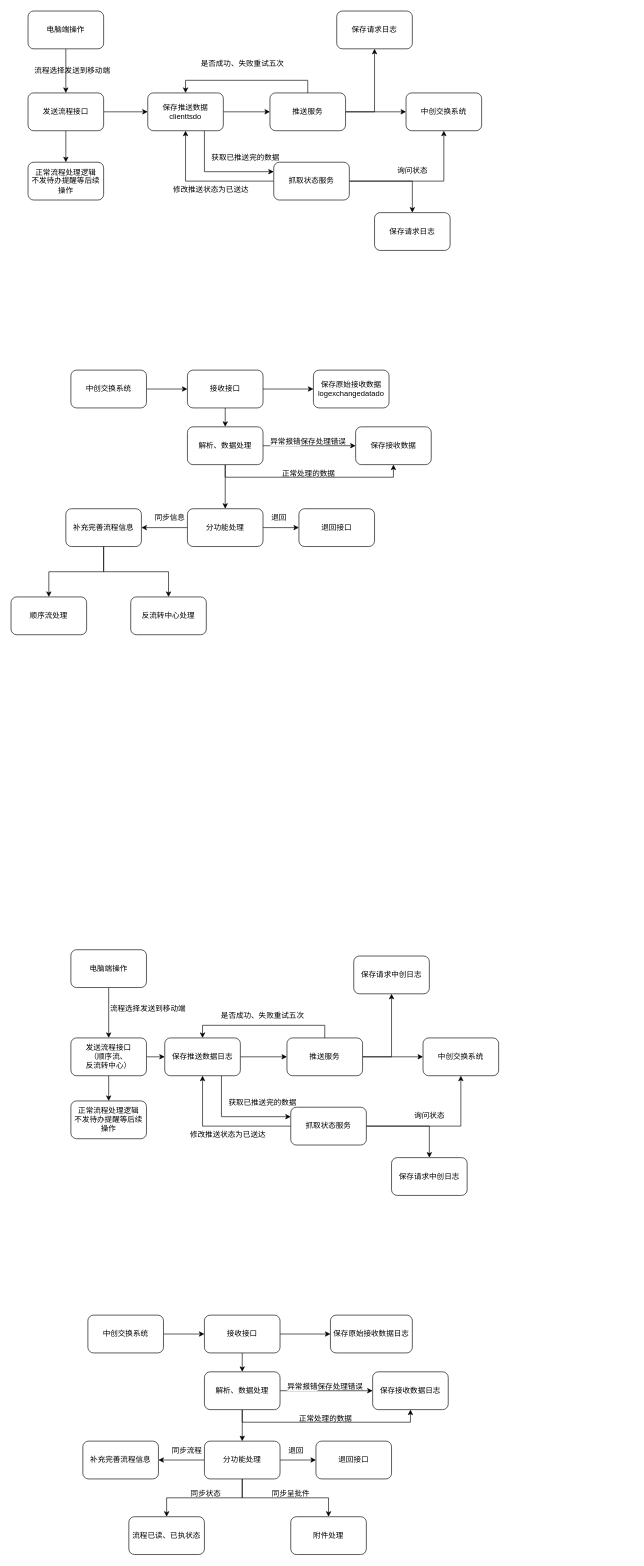
LSS9/ForgettingCurve keeps this draw.io diagram as 交互.drawio. Above is the earlier version. Source tidied: cells renumbered, new cells numbered last; positions are measured from the earlier drawing's top-left corner, leaving out a move shared by most shapes. Both pictures are drawn from the tidied source at 63%, with x=0, y=0 at pixel (11, 11).
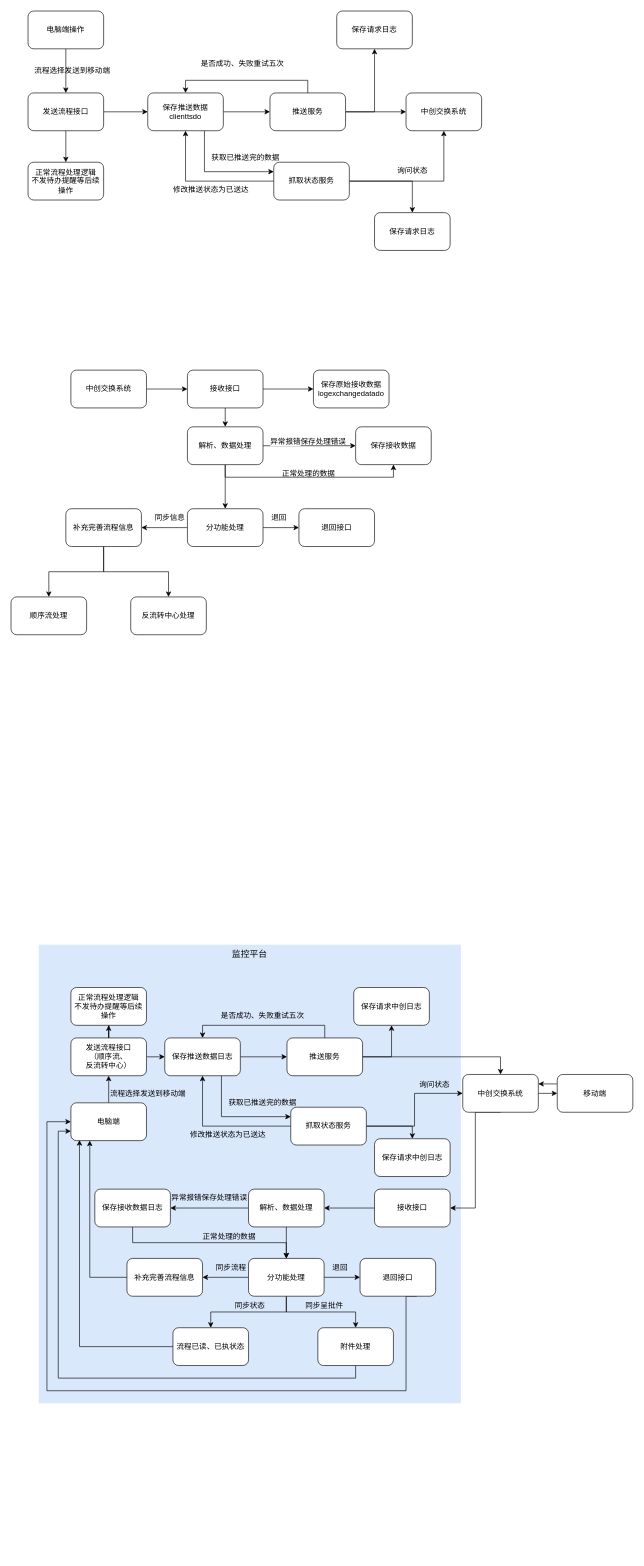
The same diagram, later.

The change refers to these unchanged cells:
```xml
<mxCell id="53" value="发送流程接口&lt;br&gt;（顺序流、&lt;br&gt;反流转中心）" style="rounded=1;whiteSpace=wrap;html=1;" parent="1" vertex="1">
  <mxGeometry x="95" y="1630" width="120" height="60" as="geometry" />
</mxCell>
<mxCell id="64" value="推送服务" style="rounded=1;whiteSpace=wrap;html=1;" parent="1" vertex="1">
  <mxGeometry x="438" y="1630" width="120" height="60" as="geometry" />
</mxCell>
<mxCell id="80" value="抓取状态服务" style="rounded=1;whiteSpace=wrap;html=1;" parent="1" vertex="1">
  <mxGeometry x="444" y="1740" width="120" height="60" as="geometry" />
</mxCell>
```

The edit, as a diff of the source:
```diff
@@
+    <mxCell id="102" value="监控平台" style="whiteSpace=wrap;html=1;fillColor=#dae8fc;fontSize=14;strokeColor=none;verticalAlign=top;" parent="1" vertex="1">
+      <mxGeometry x="44" y="1482" width="670" height="728" as="geometry" />
+    </mxCell>
@@
-    <mxCell id="52" style="edgeStyle=orthogonalEdgeStyle;rounded=0;jettySize=auto;html=1;exitX=0.5;exitY=1;exitDx=0;exitDy=0;entryX=0.5;entryY=0;entryDx=0;entryDy=0;" parent="1" edge="1" source="53" target="54">
+    <mxCell id="52" style="edgeStyle=orthogonalEdgeStyle;rounded=0;jettySize=auto;html=1;exitX=0.5;exitY=0;exitDx=0;exitDy=0;" parent="1" edge="1" source="53" target="54">
       <mxGeometry relative="1" as="geometry" />
     </mxCell>
@@
-    <mxCell id="54" value="正常流程处理逻辑&lt;br&gt;不发待办提醒等后续操作" style="rounded=1;whiteSpace=wrap;html=1;" parent="1" vertex="1">
-      <mxGeometry x="95" y="1730" width="120" height="60" as="geometry" />
-    </mxCell>
-    <mxCell id="55" style="edgeStyle=orthogonalEdgeStyle;rounded=0;jettySize=auto;html=1;exitX=0.5;exitY=1;exitDx=0;exitDy=0;entryX=0.5;entryY=0;entryDx=0;entryDy=0;" parent="1" edge="1" source="56" target="53">
+    <mxCell id="55" style="edgeStyle=orthogonalEdgeStyle;rounded=0;jettySize=auto;html=1;exitX=0.5;exitY=0;exitDx=0;exitDy=0;entryX=0.5;entryY=1;entryDx=0;entryDy=0;" parent="1" edge="1" source="56" target="53">
       <mxGeometry relative="1" as="geometry" />
     </mxCell>
-    <mxCell id="56" value="电脑端操作" style="rounded=1;whiteSpace=wrap;html=1;" parent="1" vertex="1">
-      <mxGeometry x="95" y="1490" width="120" height="60" as="geometry" />
+    <mxCell id="56" value="电脑端" style="rounded=1;whiteSpace=wrap;html=1;" parent="1" vertex="1">
+      <mxGeometry x="95" y="1733" width="120" height="60" as="geometry" />
     </mxCell>
-    <mxCell id="57" value="保存原始接收数据日志" style="rounded=1;whiteSpace=wrap;html=1;" parent="1" vertex="1">
-      <mxGeometry x="507" y="2070" width="130" height="60" as="geometry" />
-    </mxCell>
@@
-    <mxCell id="61" style="edgeStyle=orthogonalEdgeStyle;rounded=0;jettySize=auto;html=1;exitX=1;exitY=0.5;exitDx=0;exitDy=0;entryX=0;entryY=0.5;entryDx=0;entryDy=0;" parent="1" edge="1" source="64" target="65">
-      <mxGeometry relative="1" as="geometry" />
-    </mxCell>
@@
+    <mxCell id="61" style="edgeStyle=orthogonalEdgeStyle;rounded=0;jettySize=auto;html=1;exitX=1;exitY=0.5;exitDx=0;exitDy=0;entryX=0.5;entryY=0;entryDx=0;entryDy=0;" parent="1" edge="1" source="64" target="65">
+      <mxGeometry relative="1" as="geometry" />
+    </mxCell>
@@
+    <mxCell id="103" style="edgeStyle=orthogonalEdgeStyle;rounded=0;jettySize=auto;html=1;exitX=1;exitY=0.5;exitDx=0;exitDy=0;entryX=0;entryY=0.5;entryDx=0;entryDy=0;" parent="1" edge="1" source="65" target="110">
+      <mxGeometry relative="1" as="geometry" />
+    </mxCell>
+    <mxCell id="104" style="edgeStyle=orthogonalEdgeStyle;rounded=0;jettySize=auto;html=1;exitX=0.5;exitY=1;exitDx=0;exitDy=0;entryX=1;entryY=0.5;entryDx=0;entryDy=0;" parent="1" edge="1" source="65" target="68">
+      <mxGeometry relative="1" as="geometry">
+        <Array as="points">
+          <mxPoint x="737" y="1748" />
+          <mxPoint x="737" y="1900" />
+        </Array>
+      </mxGeometry>
+    </mxCell>
     <mxCell id="65" value="中创交换系统" style="rounded=1;whiteSpace=wrap;html=1;" parent="1" vertex="1">
-      <mxGeometry x="654" y="1630" width="120" height="60" as="geometry" />
+      <mxGeometry x="717" y="1688" width="120" height="60" as="geometry" />
     </mxCell>
-    <mxCell id="66" style="edgeStyle=orthogonalEdgeStyle;rounded=0;jettySize=auto;html=1;exitX=1;exitY=0.5;exitDx=0;exitDy=0;entryX=0;entryY=0.5;entryDx=0;entryDy=0;" parent="1" edge="1" source="68" target="57">
-      <mxGeometry relative="1" as="geometry" />
-    </mxCell>
-    <mxCell id="67" style="edgeStyle=orthogonalEdgeStyle;rounded=0;jettySize=auto;html=1;exitX=0.5;exitY=1;exitDx=0;exitDy=0;entryX=0.5;entryY=0;entryDx=0;entryDy=0;" parent="1" edge="1" source="68" target="73">
+    <mxCell id="67" style="edgeStyle=orthogonalEdgeStyle;rounded=0;jettySize=auto;html=1;exitX=0;exitY=0.5;exitDx=0;exitDy=0;entryX=1;entryY=0.5;entryDx=0;entryDy=0;" parent="1" edge="1" source="68" target="73">
       <mxGeometry relative="1" as="geometry" />
     </mxCell>
     <mxCell id="68" value="接收接口" style="rounded=1;whiteSpace=wrap;html=1;" parent="1" vertex="1">
-      <mxGeometry x="307" y="2070" width="120" height="60" as="geometry" />
+      <mxGeometry x="577" y="1870" width="120" height="60" as="geometry" />
     </mxCell>
     <mxCell id="69" value="流程选择发送到移动端" style="text;html=1;align=center;verticalAlign=middle;strokeColor=none;fillColor=none;" parent="1" vertex="1">
-      <mxGeometry x="147" y="1568" width="140" height="30" as="geometry" />
+      <mxGeometry x="147" y="1703" width="140" height="30" as="geometry" />
     </mxCell>
-    <mxCell id="70" style="edgeStyle=orthogonalEdgeStyle;rounded=0;jettySize=auto;html=1;exitX=1;exitY=0.5;exitDx=0;exitDy=0;" parent="1" edge="1" source="73" target="88">
-      <mxGeometry relative="1" as="geometry" />
-    </mxCell>
-    <mxCell id="71" style="edgeStyle=orthogonalEdgeStyle;rounded=0;jettySize=auto;html=1;exitX=0.5;exitY=1;exitDx=0;exitDy=0;entryX=0.5;entryY=1;entryDx=0;entryDy=0;" parent="1" edge="1" source="73" target="88">
-      <mxGeometry relative="1" as="geometry" />
-    </mxCell>
@@
+    <mxCell id="105" style="edgeStyle=orthogonalEdgeStyle;rounded=0;jettySize=auto;html=1;exitX=0;exitY=0.5;exitDx=0;exitDy=0;entryX=1;entryY=0.5;entryDx=0;entryDy=0;" parent="1" edge="1" source="73" target="88">
+      <mxGeometry relative="1" as="geometry" />
+    </mxCell>
     <mxCell id="73" value="解析、数据处理" style="rounded=1;whiteSpace=wrap;html=1;" parent="1" vertex="1">
-      <mxGeometry x="307" y="2160" width="120" height="60" as="geometry" />
+      <mxGeometry x="377" y="1870" width="120" height="60" as="geometry" />
     </mxCell>
-    <mxCell id="74" value="&lt;span style=&quot;color: rgb(0, 0, 0); font-family: Helvetica; font-size: 12px; font-style: normal; font-variant-ligatures: normal; font-variant-caps: normal; font-weight: 400; letter-spacing: normal; orphans: 2; text-align: center; text-indent: 0px; text-transform: none; widows: 2; word-spacing: 0px; -webkit-text-stroke-width: 0px; background-color: rgb(251, 251, 251); text-decoration-thickness: initial; text-decoration-style: initial; text-decoration-color: initial; float: none; display: inline !important;&quot;&gt;异常报错&lt;/span&gt;保存处理错误" style="text;whiteSpace=wrap;html=1;" parent="1" vertex="1">
-      <mxGeometry x="437" y="2170" width="147" height="40" as="geometry" />
+    <mxCell id="74" value="&lt;div style=&quot;text-align: center;&quot;&gt;&lt;span style=&quot;background-color: initial;&quot;&gt;异常报错保存处理错误&lt;/span&gt;&lt;/div&gt;" style="text;whiteSpace=wrap;html=1;" parent="1" vertex="1">
+      <mxGeometry x="253" y="1870" width="147" height="40" as="geometry" />
     </mxCell>
+    <mxCell id="106" style="edgeStyle=orthogonalEdgeStyle;rounded=0;jettySize=auto;html=1;exitX=0;exitY=0.5;exitDx=0;exitDy=0;entryX=0.25;entryY=1;entryDx=0;entryDy=0;" parent="1" edge="1" source="75" target="56">
+      <mxGeometry relative="1" as="geometry" />
+    </mxCell>
     <mxCell id="75" value="&lt;span style=&quot;color: rgb(0, 0, 0); font-family: Helvetica; font-size: 12px; font-style: normal; font-variant-ligatures: normal; font-variant-caps: normal; font-weight: 400; letter-spacing: normal; orphans: 2; text-align: center; text-indent: 0px; text-transform: none; widows: 2; word-spacing: 0px; -webkit-text-stroke-width: 0px; background-color: rgb(251, 251, 251); text-decoration-thickness: initial; text-decoration-style: initial; text-decoration-color: initial; float: none; display: inline !important;&quot;&gt;补充完善流程信息&lt;/span&gt;" style="rounded=1;whiteSpace=wrap;html=1;" parent="1" vertex="1">
-      <mxGeometry x="114" y="2270" width="120" height="60" as="geometry" />
+      <mxGeometry x="184" y="1980" width="120" height="60" as="geometry" />
     </mxCell>
     <mxCell id="76" value="保存请求中创&lt;span style=&quot;background-color: initial;&quot;&gt;日志&lt;/span&gt;" style="rounded=1;whiteSpace=wrap;html=1;" parent="1" vertex="1">
-      <mxGeometry x="544" y="1500" width="120" height="60" as="geometry" />
+      <mxGeometry x="544" y="1550" width="120" height="60" as="geometry" />
     </mxCell>
-    <mxCell id="77" style="edgeStyle=orthogonalEdgeStyle;rounded=0;jettySize=auto;html=1;exitX=1;exitY=0.5;exitDx=0;exitDy=0;entryX=0.5;entryY=1;entryDx=0;entryDy=0;" parent="1" edge="1" source="80" target="65">
-      <mxGeometry relative="1" as="geometry" />
-    </mxCell>
@@
+    <mxCell id="77" style="edgeStyle=orthogonalEdgeStyle;rounded=0;jettySize=auto;html=1;exitX=1;exitY=0.5;exitDx=0;exitDy=0;entryX=0;entryY=0.5;entryDx=0;entryDy=0;" parent="1" edge="1" source="80" target="65">
+      <mxGeometry relative="1" as="geometry" />
+    </mxCell>
@@
     <mxCell id="81" value="询问状态" style="text;html=1;align=center;verticalAlign=middle;strokeColor=none;fillColor=none;" parent="1" vertex="1">
-      <mxGeometry x="629" y="1738" width="70" height="30" as="geometry" />
+      <mxGeometry x="637" y="1690" width="70" height="30" as="geometry" />
     </mxCell>
@@
-    <mxCell id="85" style="edgeStyle=orthogonalEdgeStyle;rounded=0;jettySize=auto;html=1;exitX=1;exitY=0.5;exitDx=0;exitDy=0;entryX=0;entryY=0.5;entryDx=0;entryDy=0;" parent="1" edge="1" source="86" target="68">
-      <mxGeometry relative="1" as="geometry" />
-    </mxCell>
-    <mxCell id="86" value="中创交换系统" style="rounded=1;whiteSpace=wrap;html=1;" parent="1" vertex="1">
-      <mxGeometry x="122" y="2070" width="120" height="60" as="geometry" />
-    </mxCell>
     <mxCell id="87" value="保存请求中创日志" style="rounded=1;whiteSpace=wrap;html=1;" parent="1" vertex="1">
-      <mxGeometry x="604" y="1820" width="120" height="60" as="geometry" />
+      <mxGeometry x="577" y="1790" width="120" height="60" as="geometry" />
     </mxCell>
-    <mxCell id="88" value="保存接收数据日志" style="rounded=1;whiteSpace=wrap;html=1;" parent="1" vertex="1">
-      <mxGeometry x="574" y="2160" width="120" height="60" as="geometry" />
-    </mxCell>
     <mxCell id="89" value="正常处理的数据" style="text;html=1;align=center;verticalAlign=middle;strokeColor=none;fillColor=none;" parent="1" vertex="1">
-      <mxGeometry x="444" y="2220" width="110" height="30" as="geometry" />
+      <mxGeometry x="291" y="1930" width="110" height="30" as="geometry" />
     </mxCell>
@@
     <mxCell id="94" value="分功能处理" style="rounded=1;whiteSpace=wrap;html=1;" parent="1" vertex="1">
-      <mxGeometry x="307" y="2270" width="120" height="60" as="geometry" />
+      <mxGeometry x="377" y="1980" width="120" height="60" as="geometry" />
     </mxCell>
     <mxCell id="95" value="同步流程" style="text;html=1;align=center;verticalAlign=middle;strokeColor=none;fillColor=none;" parent="1" vertex="1">
-      <mxGeometry x="244" y="2270" width="70" height="30" as="geometry" />
+      <mxGeometry x="314" y="1980" width="70" height="30" as="geometry" />
     </mxCell>
+    <mxCell id="107" style="edgeStyle=orthogonalEdgeStyle;rounded=0;jettySize=auto;html=1;exitX=0.75;exitY=1;exitDx=0;exitDy=0;entryX=0;entryY=0.5;entryDx=0;entryDy=0;" parent="1" edge="1" source="96" target="56">
+      <mxGeometry relative="1" as="geometry">
+        <Array as="points">
+          <mxPoint x="627" y="2040" />
+          <mxPoint x="627" y="2190" />
+          <mxPoint x="57" y="2190" />
+          <mxPoint x="57" y="1763" />
+        </Array>
+      </mxGeometry>
+    </mxCell>
     <mxCell id="96" value="退回接口" style="rounded=1;whiteSpace=wrap;html=1;" parent="1" vertex="1">
-      <mxGeometry x="484" y="2270" width="120" height="60" as="geometry" />
+      <mxGeometry x="554" y="1980" width="120" height="60" as="geometry" />
     </mxCell>
     <mxCell id="97" value="退回" style="text;html=1;align=center;verticalAlign=middle;strokeColor=none;fillColor=none;" parent="1" vertex="1">
-      <mxGeometry x="427" y="2270" width="50" height="30" as="geometry" />
+      <mxGeometry x="497" y="1980" width="50" height="30" as="geometry" />
     </mxCell>
+    <mxCell id="108" style="edgeStyle=orthogonalEdgeStyle;rounded=0;jettySize=auto;html=1;exitX=0.5;exitY=1;exitDx=0;exitDy=0;entryX=0;entryY=0.75;entryDx=0;entryDy=0;" parent="1" edge="1" source="98" target="56">
+      <mxGeometry relative="1" as="geometry" />
+    </mxCell>
     <mxCell id="98" value="附件处理" style="rounded=1;whiteSpace=wrap;html=1;" parent="1" vertex="1">
-      <mxGeometry x="444" y="2390" width="120" height="60" as="geometry" />
+      <mxGeometry x="487" y="2090" width="120" height="60" as="geometry" />
     </mxCell>
     <mxCell id="99" value="同步呈批件" style="text;html=1;align=center;verticalAlign=middle;strokeColor=none;fillColor=none;" parent="1" vertex="1">
-      <mxGeometry x="404" y="2338" width="80" height="30" as="geometry" />
+      <mxGeometry x="457" y="2040" width="80" height="30" as="geometry" />
     </mxCell>
     <mxCell id="100" value="流程已读、已执状态" style="rounded=1;whiteSpace=wrap;html=1;" parent="1" vertex="1">
-      <mxGeometry x="187" y="2390" width="120" height="60" as="geometry" />
+      <mxGeometry x="257" y="2090" width="120" height="60" as="geometry" />
     </mxCell>
     <mxCell id="101" value="同步状态" style="text;html=1;align=center;verticalAlign=middle;strokeColor=none;fillColor=none;" parent="1" vertex="1">
-      <mxGeometry x="274" y="2338" width="70" height="30" as="geometry" />
+      <mxGeometry x="344" y="2040" width="70" height="30" as="geometry" />
     </mxCell>
+    <mxCell id="109" style="edgeStyle=orthogonalEdgeStyle;rounded=0;jettySize=auto;html=1;exitX=0;exitY=0.25;exitDx=0;exitDy=0;entryX=1;entryY=0.25;entryDx=0;entryDy=0;" parent="1" edge="1" source="110" target="65">
+      <mxGeometry relative="1" as="geometry" />
+    </mxCell>
+    <mxCell id="110" value="移动端" style="rounded=1;whiteSpace=wrap;html=1;" parent="1" vertex="1">
+      <mxGeometry x="867" y="1688" width="120" height="60" as="geometry" />
+    </mxCell>
+    <mxCell id="111" style="edgeStyle=orthogonalEdgeStyle;rounded=0;jettySize=auto;html=1;exitX=0.5;exitY=1;exitDx=0;exitDy=0;entryX=0.5;entryY=0;entryDx=0;entryDy=0;" parent="1" edge="1" source="88" target="94">
+      <mxGeometry relative="1" as="geometry" />
+    </mxCell>
+    <mxCell id="88" value="保存接收数据日志" style="rounded=1;whiteSpace=wrap;html=1;" parent="1" vertex="1">
+      <mxGeometry x="133" y="1870" width="120" height="60" as="geometry" />
+    </mxCell>
+    <mxCell id="112" style="edgeStyle=orthogonalEdgeStyle;rounded=0;orthogonalLoop=1;jettySize=auto;html=1;exitX=0.5;exitY=1;exitDx=0;exitDy=0;" parent="1" edge="1">
+      <mxGeometry relative="1" as="geometry">
+        <mxPoint x="155" y="1790" as="sourcePoint" />
+        <mxPoint x="155" y="1790" as="targetPoint" />
+      </mxGeometry>
+    </mxCell>
+    <mxCell id="54" value="正常流程处理逻辑&lt;br&gt;不发待办提醒等后续操作" style="rounded=1;whiteSpace=wrap;html=1;" parent="1" vertex="1">
+      <mxGeometry x="95" y="1550" width="120" height="60" as="geometry" />
+    </mxCell>
+    <mxCell id="113" style="edgeStyle=orthogonalEdgeStyle;rounded=0;jettySize=auto;html=1;exitX=0;exitY=0.5;exitDx=0;exitDy=0;entryX=0.114;entryY=0.988;entryDx=0;entryDy=0;entryPerimeter=0;" parent="1" edge="1" source="100" target="56">
+      <mxGeometry relative="1" as="geometry" />
+    </mxCell>
```
